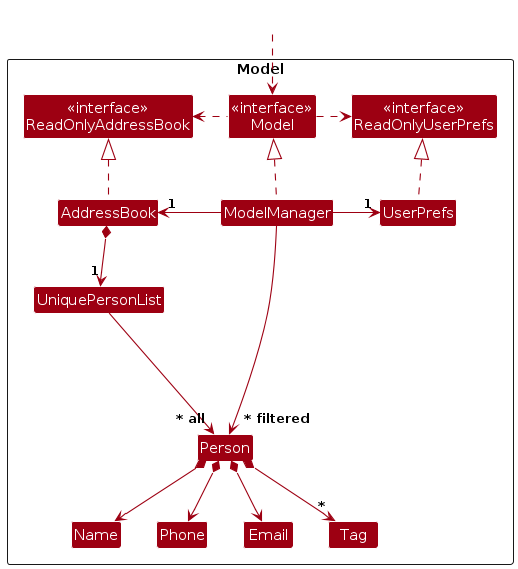
CJBuzz/tp keeps this PlantUML diagram as diagrams/ModelClassDiagram.png. Above is the earlier version. Its source is kept beside it as diagrams/ModelClassDiagram.puml. The source it was exported from:
```plantuml
@startuml
!include style.puml
skinparam arrowThickness 1.1
skinparam arrowColor MODEL_COLOR
skinparam classBackgroundColor MODEL_COLOR

Package Model as ModelPackage <<Rectangle>>{
Class "<<interface>>\nReadOnlyAddressBook" as ReadOnlyAddressBook
Class "<<interface>>\nReadOnlyUserPrefs" as ReadOnlyUserPrefs
Class "<<interface>>\nModel" as Model
Class AddressBook
Class ModelManager
Class UserPrefs

Class UniquePersonList
Class Person
Class Email
Class Name
Class Phone
Class Tag

Class I #FFFFFF
}

Class HiddenOutside #FFFFFF
HiddenOutside ..> Model

AddressBook .up.|> ReadOnlyAddressBook

ModelManager .up.|> Model
Model .right.> ReadOnlyUserPrefs
Model .left.> ReadOnlyAddressBook
ModelManager -left-> "1" AddressBook
ModelManager -right-> "1" UserPrefs
UserPrefs .up.|> ReadOnlyUserPrefs

AddressBook *--> "1" UniquePersonList
UniquePersonList --> "~* all" Person
Person *--> Name
Person *--> Phone
Person *--> Email
Person *--> "*" Tag

Person -[hidden]up--> I
UniquePersonList -[hidden]right-> I

Name -[hidden]right-> Phone
Phone -[hidden]right-> Email

ModelManager --> "~* filtered" Person
@enduml
```
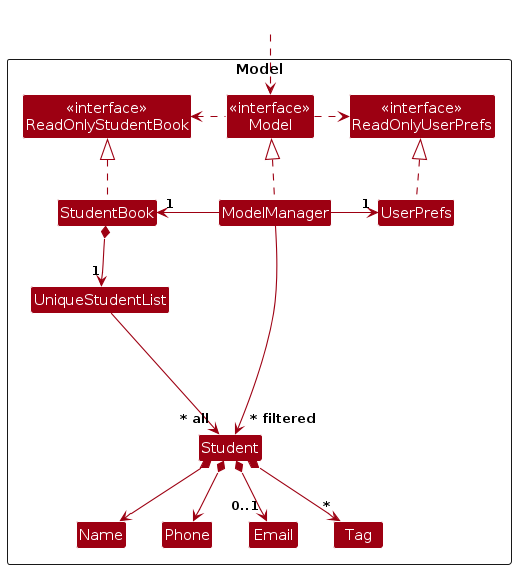
After the commit.

Change to the diagram source:
```diff
@@ -5,15 +5,15 @@
 skinparam classBackgroundColor MODEL_COLOR
 
 Package Model as ModelPackage <<Rectangle>>{
-Class "<<interface>>\nReadOnlyAddressBook" as ReadOnlyAddressBook
+Class "<<interface>>\nReadOnlyStudentBook" as ReadOnlyStudentBook
 Class "<<interface>>\nReadOnlyUserPrefs" as ReadOnlyUserPrefs
 Class "<<interface>>\nModel" as Model
-Class AddressBook
+Class StudentBook
 Class ModelManager
 Class UserPrefs
 
-Class UniquePersonList
-Class Person
+Class UniqueStudentList
+Class Student
 Class Email
 Class Name
 Class Phone
@@ -25,27 +25,27 @@
 Class HiddenOutside #FFFFFF
 HiddenOutside ..> Model
 
-AddressBook .up.|> ReadOnlyAddressBook
+StudentBook .up.|> ReadOnlyStudentBook
 
 ModelManager .up.|> Model
 Model .right.> ReadOnlyUserPrefs
-Model .left.> ReadOnlyAddressBook
-ModelManager -left-> "1" AddressBook
+Model .left.> ReadOnlyStudentBook
+ModelManager -left-> "1" StudentBook
 ModelManager -right-> "1" UserPrefs
 UserPrefs .up.|> ReadOnlyUserPrefs
 
-AddressBook *--> "1" UniquePersonList
-UniquePersonList --> "~* all" Person
-Person *--> Name
-Person *--> Phone
-Person *--> Email
-Person *--> "*" Tag
+StudentBook *--> "1" UniqueStudentList
+UniqueStudentList --> "~* all" Student
+Student *--> Name
+Student *--> Phone
+Student *--> "0..1" Email
+Student *--> "*" Tag
 
-Person -[hidden]up--> I
-UniquePersonList -[hidden]right-> I
+Student -[hidden]up--> I
+UniqueStudentList -[hidden]right-> I
 
 Name -[hidden]right-> Phone
 Phone -[hidden]right-> Email
 
-ModelManager --> "~* filtered" Person
+ModelManager --> "~* filtered" Student
 @enduml
```
